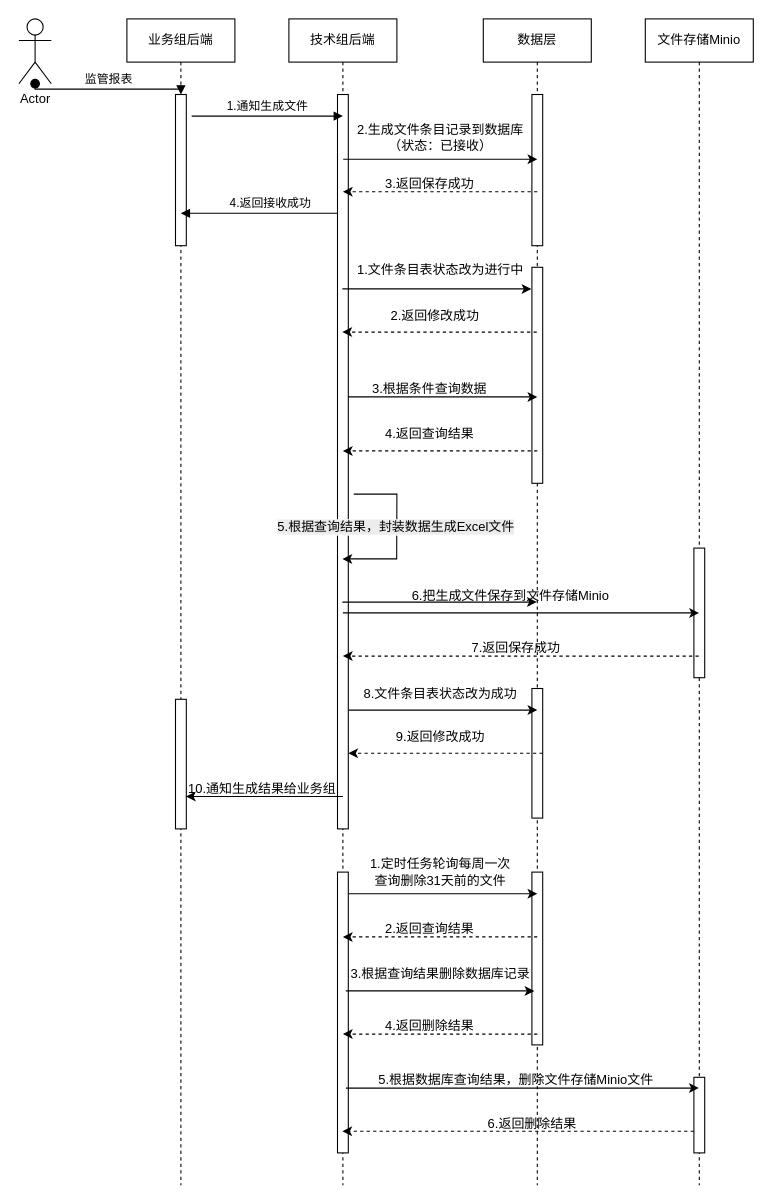
Earlier version of the draw.io diagram 监管报表时序图.drawio (b897846872/blogbackui). Source tidied: cells renumbered, new cells numbered last; positions are measured from the earlier drawing's top-left corner, leaving out a move shared by most shapes. Both pictures are drawn from the tidied source at 108%, with x=0, y=0 at pixel (18, 18).
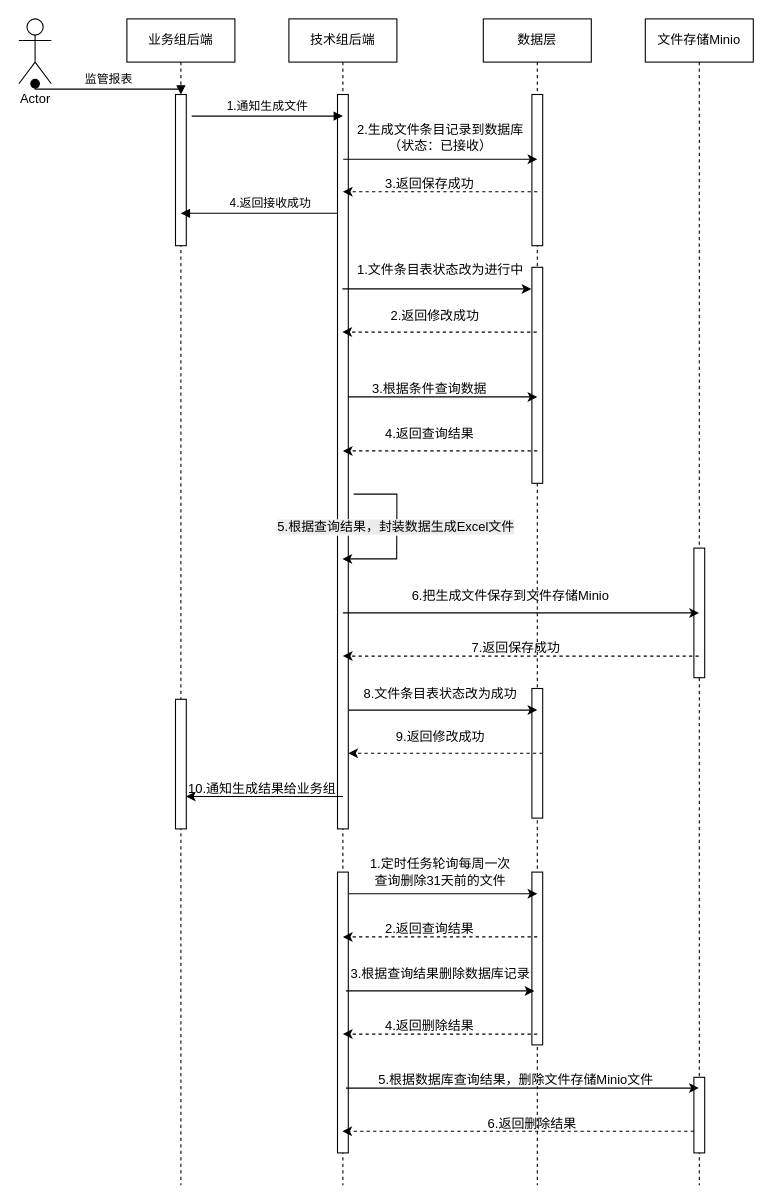
After the change.

Commit message (it also covers changes not shown here):
更新监管报表时序图.drawio

The change refers to these unchanged cells:
```xml
<mxCell id="5" value="技术组后端" style="shape=umlLifeline;perimeter=lifelinePerimeter;whiteSpace=wrap;html=1;outlineConnect=0;portConstraint=eastwest;newEdgeStyle={&quot;edgeStyle&quot;:&quot;elbowEdgeStyle&quot;,&quot;elbow&quot;:&quot;vertical&quot;,&quot;curved&quot;:0,&quot;rounded&quot;:0};" parent="1" vertex="1">
  <mxGeometry x="250" width="100" height="1080" as="geometry" />
</mxCell>
<mxCell id="10" value="数据层" style="shape=umlLifeline;perimeter=lifelinePerimeter;whiteSpace=wrap;html=1;outlineConnect=0;portConstraint=eastwest;newEdgeStyle={&quot;edgeStyle&quot;:&quot;elbowEdgeStyle&quot;,&quot;elbow&quot;:&quot;vertical&quot;,&quot;curved&quot;:0,&quot;rounded&quot;:0};" parent="1" vertex="1">
  <mxGeometry x="430" width="100" height="1080" as="geometry" />
</mxCell>
```

What changed in the source:
```diff
@@
-    <mxCell id="42" style="endArrow=classic;html=1;rounded=0;" parent="1" edge="1" source="5" target="10">
-      <mxGeometry relative="1" as="geometry" />
-    </mxCell>
```
